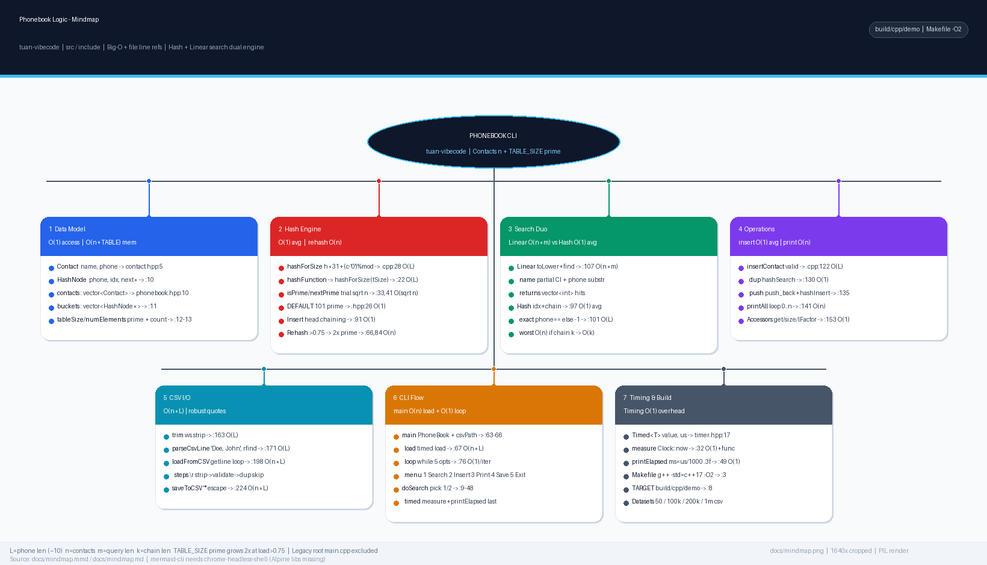
Above: docs/mindmap.png in TraiNguyenVan/dsa-group-project (Mermaid), before the change. Its source is kept beside it as docs/mindmap.mmd. The source it was exported from:
```mermaid
mindmap
  root((Phonebook CLI<br/>tuan-vibecode<br/>src + include))
    Data Model & Storage
      Contact struct
        name string<br/>phone digits-only<br/>contact.hpp:5 O(1)
      HashNode struct
        phone + contactIndex + next*<br/>contact.hpp:10 O(1)
      PhoneBook class
        vector Contact contacts<br/>phonebook.hpp:10 O(1) access
        vector HashNode* buckets<br/>phonebook.hpp:11 O(TABLE_SIZE)
        tableSize nextPrime<br/>phonebook.hpp:12 O(1)
        numElements counter<br/>phonebook.hpp:13 O(1)
    Hash Table Engine O(1) avg
      hashForSize static
        h = h*31 + (c-'0')<br/>phonebook.cpp:28 O(L) L=phone len
        hash % mod<br/>phonebook.cpp:30 O(1)
      hashFunction wrapper
        hashForSize(phone, tableSize)<br/>phonebook.cpp:22 O(L)
      Prime Sizing
        isPrime trial division<br/>phonebook.cpp:33 O(sqrt n)
        nextPrime odd scan<br/>phonebook.cpp:41 O(sqrt n)
        DEFAULT 101 prime<br/>phonebook.hpp:26 O(1)
      Buckets & Chaining
        Separate chaining<br/>head insert<br/>phonebook.cpp:91 O(1)
        Collision linear chain<br/>O(k) k=bucket len
      Dynamic Rehashing
        maybeRehash >0.75<br/>phonebook.cpp:84 O(1) check
        rehash nextPrime 2x<br/>phonebook.cpp:66 O(n)
        Re-bucket all nodes<br/>O(n) one-time
    Search Duo Contrast
      Linear Search O(n)
        toLower query<br/>phonebook.cpp:9 O(L)
        Scan all contacts<br/>phonebook.cpp:111 O(n)
        nameLower.find(q)<br/>phonebook.cpp:113 O(n*m)
        phone.find(query)<br/>partial match O(n*m)
        Returns vector int<br/>O(n) result set
      Hash Search O(1) avg O(n) worst
        hashFunction idx<br/>phonebook.cpp:98 O(L)
        Traverse chain<br/>phonebook.cpp:99 O(k)
        Exact phone ==<br/>phonebook.cpp:101 O(L)
        Return index or -1<br/>O(1)
    Operations CRUD
      insertContact O(1) avg
        empty check<br/>phonebook.cpp:122 O(1)
        isAllDigits check<br/>phonebook.cpp:15 O(L)
        dup hashSearch<br/>phonebook.cpp:130 O(1) avg
        push_back + hashInsert<br/>phonebook.cpp:135 O(1) amort
      printAll O(n)
        empty guard<br/>phonebook.cpp:142 O(1)
        Loop i 0..n print<br/>phonebook.cpp:147 O(n)
      Accessors O(1)
        getContact idx<br/>phonebook.cpp:153
        size bucketCount<br/>phonebook.cpp:155 O(1)
        loadFactor n/tableSize<br/>phonebook.cpp:159 O(1)
    CSV Persistence O(n)
      Helpers O(L)
        trim whitespace<br/>phonebook.cpp:163 O(L)
        parseCsvLine quoted<br/>phonebook.cpp:171 O(L)
        Handles "Doe, John",phone<br/>rfind comma O(L)
      loadFromCSV O(n*L)
        ifstream open<br/>phonebook.cpp:199 O(1)
        getline loop<br/>phonebook.cpp:204 O(n)
        Strip CR LF<br/>phonebook.cpp:205 O(1)
        parse + validate<br/>phonebook.cpp:209 O(L)
        isAllDigits + dup<br/>skip invalid O(1) avg
        push + hashInsert<br/>phonebook.cpp:214 O(1) avg
      saveToCSV O(n*L)
        ofstream open<br/>phonebook.cpp:225 O(1)
        needsQuote , or "<br/>phonebook.cpp:232 O(L)
        Escape "" doubling<br/>phonebook.cpp:237 O(L)
        Write name,phone \n<br/>phonebook.cpp:244 O(L)
    CLI Control Flow
      main O(n) load + loop
        PhoneBook book<br/>main.cpp:64 O(1)
        csvPath argv or 200k.csv<br/>main.cpp:66 O(1)
        timed loadFromCSV<br/>main.cpp:67 O(n*L)
        print Loaded + elapsed<br/>O(1)
        while true menu<br/>main.cpp:76 O(1) per iter
        1 Search doSearch<br/>main.cpp:98 O(n) or O(1)
        2 Insert read+measure<br/>main.cpp:100 O(1) avg
        3 PrintAll timed<br/>main.cpp:112 O(n)
        4 Save timed<br/>main.cpp:115 O(n*L)
        5 Exit break<br/>O(1)
      doSearch branching
        Choose 1 Linear 2 Hash<br/>main.cpp:9 O(1)
        Method 1 linearSearch<br/>main.cpp:29 O(n)
        Print results loop<br/>main.cpp:34 O(k)
        timing printElapsed<br/>O(1)
        Method 2 digit guard<br/>main.cpp:42 O(L)
        hashSearch exact<br/>main.cpp:48 O(1) avg
        Invalid method guard<br/>O(1)
    Timing Layer O(1)
      Timed struct<br/>timer.hpp:17 value+us
      measure generic<br/>timer.hpp:32 Clock.now O(1)
      is_void specialization<br/>timer.hpp:35 O(1)
      duration_cast us<br/>timer.hpp:45 O(1)
      printElapsed ms<br/>timer.hpp:49 O(1)
      ms = us / 1000 fixed 3<br/>timer.hpp:50 O(1)
      timed wrapper<br/>timer.hpp:58 auto print
    Build & Datasets
      Makefile
        CXX g++ -std=c++17 -O2<br/>Makefile:3 O(1)
        SRC wildcard src/*.cpp<br/>Makefile:9
        TARGET build/cpp/demo<br/>Makefile:8
        run targets 50/100k/200k/1m<br/>Makefile:21 O(n) dataset
      Data Generation
        generate.py<br/>vietnamese-like names
        contacts_50.csv<br/>contacts_100k.csv<br/>contacts_200k.csv default<br/>contacts_1m.csv
```
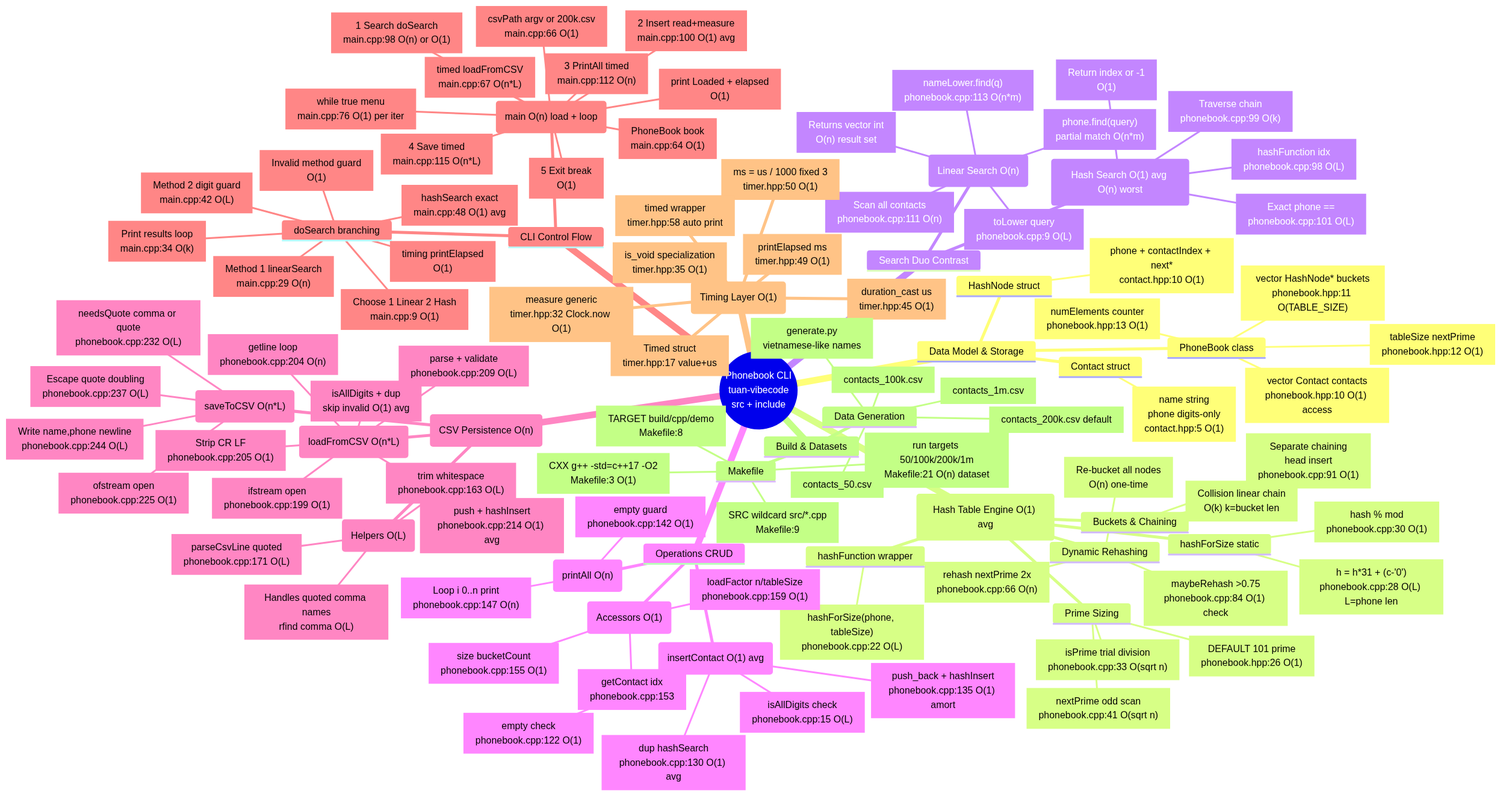
Above is the later version.

Commit message:
docs: update mindmap for Phonebook logic with improved formatting and details

What changed in the source:
```diff
@@ -1,108 +1,192 @@
 mindmap
-  root((Phonebook CLI<br/>tuan-vibecode<br/>src + include))
+  root(("`Phonebook CLI
+tuan-vibecode
+src + include`"))
     Data Model & Storage
       Contact struct
-        name string<br/>phone digits-only<br/>contact.hpp:5 O(1)
+        c1["`name string
+phone digits-only
+contact.hpp:5 O(1)`"]
       HashNode struct
-        phone + contactIndex + next*<br/>contact.hpp:10 O(1)
+        c2["`phone + contactIndex + next*
+contact.hpp:10 O(1)`"]
       PhoneBook class
-        vector Contact contacts<br/>phonebook.hpp:10 O(1) access
-        vector HashNode* buckets<br/>phonebook.hpp:11 O(TABLE_SIZE)
-        tableSize nextPrime<br/>phonebook.hpp:12 O(1)
-        numElements counter<br/>phonebook.hpp:13 O(1)
-    Hash Table Engine O(1) avg
+        c3["`vector Contact contacts
+phonebook.hpp:10 O(1) access`"]
+        c4["`vector HashNode* buckets
+phonebook.hpp:11 O(TABLE_SIZE)`"]
+        c5["`tableSize nextPrime
+phonebook.hpp:12 O(1)`"]
+        c6["`numElements counter
+phonebook.hpp:13 O(1)`"]
+    ("Hash Table Engine O(1) avg")
       hashForSize static
-        h = h*31 + (c-'0')<br/>phonebook.cpp:28 O(L) L=phone len
-        hash % mod<br/>phonebook.cpp:30 O(1)
+        h1["`h = h*31 + (c-'0')
+phonebook.cpp:28 O(L) L=phone len`"]
+        h2["`hash % mod
+phonebook.cpp:30 O(1)`"]
       hashFunction wrapper
-        hashForSize(phone, tableSize)<br/>phonebook.cpp:22 O(L)
+        h3["`hashForSize(phone, tableSize)
+phonebook.cpp:22 O(L)`"]
       Prime Sizing
-        isPrime trial division<br/>phonebook.cpp:33 O(sqrt n)
-        nextPrime odd scan<br/>phonebook.cpp:41 O(sqrt n)
-        DEFAULT 101 prime<br/>phonebook.hpp:26 O(1)
+        p1["`isPrime trial division
+phonebook.cpp:33 O(sqrt n)`"]
+        p2["`nextPrime odd scan
+phonebook.cpp:41 O(sqrt n)`"]
+        p3["`DEFAULT 101 prime
+phonebook.hpp:26 O(1)`"]
       Buckets & Chaining
-        Separate chaining<br/>head insert<br/>phonebook.cpp:91 O(1)
-        Collision linear chain<br/>O(k) k=bucket len
+        b1["`Separate chaining
+head insert
+phonebook.cpp:91 O(1)`"]
+        b2["`Collision linear chain
+O(k) k=bucket len`"]
       Dynamic Rehashing
-        maybeRehash >0.75<br/>phonebook.cpp:84 O(1) check
-        rehash nextPrime 2x<br/>phonebook.cpp:66 O(n)
-        Re-bucket all nodes<br/>O(n) one-time
+        d1["`maybeRehash >0.75
+phonebook.cpp:84 O(1) check`"]
+        d2["`rehash nextPrime 2x
+phonebook.cpp:66 O(n)`"]
+        d3["`Re-bucket all nodes
+O(n) one-time`"]
     Search Duo Contrast
-      Linear Search O(n)
-        toLower query<br/>phonebook.cpp:9 O(L)
-        Scan all contacts<br/>phonebook.cpp:111 O(n)
-        nameLower.find(q)<br/>phonebook.cpp:113 O(n*m)
-        phone.find(query)<br/>partial match O(n*m)
-        Returns vector int<br/>O(n) result set
-      Hash Search O(1) avg O(n) worst
-        hashFunction idx<br/>phonebook.cpp:98 O(L)
-        Traverse chain<br/>phonebook.cpp:99 O(k)
-        Exact phone ==<br/>phonebook.cpp:101 O(L)
-        Return index or -1<br/>O(1)
+      ("Linear Search O(n)")
+        l1["`toLower query
+phonebook.cpp:9 O(L)`"]
+        l2["`Scan all contacts
+phonebook.cpp:111 O(n)`"]
+        l3["`nameLower.find(q)
+phonebook.cpp:113 O(n*m)`"]
+        l4["`phone.find(query)
+partial match O(n*m)`"]
+        l5["`Returns vector int
+O(n) result set`"]
+      ("Hash Search O(1) avg O(n) worst")
+        hs1["`hashFunction idx
+phonebook.cpp:98 O(L)`"]
+        hs2["`Traverse chain
+phonebook.cpp:99 O(k)`"]
+        hs3["`Exact phone ==
+phonebook.cpp:101 O(L)`"]
+        hs4["`Return index or -1
+O(1)`"]
     Operations CRUD
-      insertContact O(1) avg
-        empty check<br/>phonebook.cpp:122 O(1)
-        isAllDigits check<br/>phonebook.cpp:15 O(L)
-        dup hashSearch<br/>phonebook.cpp:130 O(1) avg
-        push_back + hashInsert<br/>phonebook.cpp:135 O(1) amort
-      printAll O(n)
-        empty guard<br/>phonebook.cpp:142 O(1)
-        Loop i 0..n print<br/>phonebook.cpp:147 O(n)
-      Accessors O(1)
-        getContact idx<br/>phonebook.cpp:153
-        size bucketCount<br/>phonebook.cpp:155 O(1)
-        loadFactor n/tableSize<br/>phonebook.cpp:159 O(1)
-    CSV Persistence O(n)
-      Helpers O(L)
-        trim whitespace<br/>phonebook.cpp:163 O(L)
-        parseCsvLine quoted<br/>phonebook.cpp:171 O(L)
-        Handles "Doe, John",phone<br/>rfind comma O(L)
-      loadFromCSV O(n*L)
-        ifstream open<br/>phonebook.cpp:199 O(1)
-        getline loop<br/>phonebook.cpp:204 O(n)
-        Strip CR LF<br/>phonebook.cpp:205 O(1)
-        parse + validate<br/>phonebook.cpp:209 O(L)
-        isAllDigits + dup<br/>skip invalid O(1) avg
-        push + hashInsert<br/>phonebook.cpp:214 O(1) avg
-      saveToCSV O(n*L)
-        ofstream open<br/>phonebook.cpp:225 O(1)
-        needsQuote , or "<br/>phonebook.cpp:232 O(L)
-        Escape "" doubling<br/>phonebook.cpp:237 O(L)
-        Write name,phone \n<br/>phonebook.cpp:244 O(L)
+      ("insertContact O(1) avg")
+        i1["`empty check
+phonebook.cpp:122 O(1)`"]
+        i2["`isAllDigits check
+phonebook.cpp:15 O(L)`"]
+        i3["`dup hashSearch
+phonebook.cpp:130 O(1) avg`"]
+        i4["`push_back + hashInsert
+phonebook.cpp:135 O(1) amort`"]
+      ("printAll O(n)")
+        pa1["`empty guard
+phonebook.cpp:142 O(1)`"]
+        pa2["`Loop i 0..n print
+phonebook.cpp:147 O(n)`"]
+      ("Accessors O(1)")
+        a1["`getContact idx
+phonebook.cpp:153`"]
+        a2["`size bucketCount
+phonebook.cpp:155 O(1)`"]
+        a3["`loadFactor n/tableSize
+phonebook.cpp:159 O(1)`"]
+    ("CSV Persistence O(n)")
+      ("Helpers O(L)")
+        hlp1["`trim whitespace
+phonebook.cpp:163 O(L)`"]
+        hlp2["`parseCsvLine quoted
+phonebook.cpp:171 O(L)`"]
+        hlp3["`Handles quoted comma names
+rfind comma O(L)`"]
+      ("loadFromCSV O(n*L)")
+        ld1["`ifstream open
+phonebook.cpp:199 O(1)`"]
+        ld2["`getline loop
+phonebook.cpp:204 O(n)`"]
+        ld3["`Strip CR LF
+phonebook.cpp:205 O(1)`"]
+        ld4["`parse + validate
+phonebook.cpp:209 O(L)`"]
+        ld5["`isAllDigits + dup
+skip invalid O(1) avg`"]
+        ld6["`push + hashInsert
+phonebook.cpp:214 O(1) avg`"]
+      ("saveToCSV O(n*L)")
+        sv1["`ofstream open
+phonebook.cpp:225 O(1)`"]
+        sv2["`needsQuote comma or quote
+phonebook.cpp:232 O(L)`"]
+        sv3["`Escape quote doubling
+phonebook.cpp:237 O(L)`"]
+        sv4["`Write name,phone newline
+phonebook.cpp:244 O(L)`"]
     CLI Control Flow
-      main O(n) load + loop
-        PhoneBook book<br/>main.cpp:64 O(1)
-        csvPath argv or 200k.csv<br/>main.cpp:66 O(1)
-        timed loadFromCSV<br/>main.cpp:67 O(n*L)
-        print Loaded + elapsed<br/>O(1)
-        while true menu<br/>main.cpp:76 O(1) per iter
-        1 Search doSearch<br/>main.cpp:98 O(n) or O(1)
-        2 Insert read+measure<br/>main.cpp:100 O(1) avg
-        3 PrintAll timed<br/>main.cpp:112 O(n)
-        4 Save timed<br/>main.cpp:115 O(n*L)
-        5 Exit break<br/>O(1)
+      ("main O(n) load + loop")
+        m1["`PhoneBook book
+main.cpp:64 O(1)`"]
+        m2["`csvPath argv or 200k.csv
+main.cpp:66 O(1)`"]
+        m3["`timed loadFromCSV
+main.cpp:67 O(n*L)`"]
+        m4["`print Loaded + elapsed
+O(1)`"]
+        m5["`while true menu
+main.cpp:76 O(1) per iter`"]
+        m6["`1 Search doSearch
+main.cpp:98 O(n) or O(1)`"]
+        m7["`2 Insert read+measure
+main.cpp:100 O(1) avg`"]
+        m8["`3 PrintAll timed
+main.cpp:112 O(n)`"]
+        m9["`4 Save timed
+main.cpp:115 O(n*L)`"]
+        m10["`5 Exit break
+O(1)`"]
       doSearch branching
-        Choose 1 Linear 2 Hash<br/>main.cpp:9 O(1)
-        Method 1 linearSearch<br/>main.cpp:29 O(n)
-        Print results loop<br/>main.cpp:34 O(k)
-        timing printElapsed<br/>O(1)
-        Method 2 digit guard<br/>main.cpp:42 O(L)
-        hashSearch exact<br/>main.cpp:48 O(1) avg
-        Invalid method guard<br/>O(1)
-    Timing Layer O(1)
-      Timed struct<br/>timer.hpp:17 value+us
-      measure generic<br/>timer.hpp:32 Clock.now O(1)
-      is_void specialization<br/>timer.hpp:35 O(1)
-      duration_cast us<br/>timer.hpp:45 O(1)
-      printElapsed ms<br/>timer.hpp:49 O(1)
-      ms = us / 1000 fixed 3<br/>timer.hpp:50 O(1)
-      timed wrapper<br/>timer.hpp:58 auto print
+        ds1["`Choose 1 Linear 2 Hash
+main.cpp:9 O(1)`"]
+        ds2["`Method 1 linearSearch
+main.cpp:29 O(n)`"]
+        ds3["`Print results loop
+main.cpp:34 O(k)`"]
+        ds4["`timing printElapsed
+O(1)`"]
+        ds5["`Method 2 digit guard
+main.cpp:42 O(L)`"]
+        ds6["`hashSearch exact
+main.cpp:48 O(1) avg`"]
+        ds7["`Invalid method guard
+O(1)`"]
+    ("Timing Layer O(1)")
+      t1["`Timed struct
+timer.hpp:17 value+us`"]
+      t2["`measure generic
+timer.hpp:32 Clock.now O(1)`"]
+      t3["`is_void specialization
+timer.hpp:35 O(1)`"]
+      t4["`duration_cast us
+timer.hpp:45 O(1)`"]
+      t5["`printElapsed ms
+timer.hpp:49 O(1)`"]
+      t6["`ms = us / 1000 fixed 3
+timer.hpp:50 O(1)`"]
+      t7["`timed wrapper
+timer.hpp:58 auto print`"]
     Build & Datasets
       Makefile
-        CXX g++ -std=c++17 -O2<br/>Makefile:3 O(1)
-        SRC wildcard src/*.cpp<br/>Makefile:9
-        TARGET build/cpp/demo<br/>Makefile:8
-        run targets 50/100k/200k/1m<br/>Makefile:21 O(n) dataset
+        mk1["`CXX g++ -std=c++17 -O2
+Makefile:3 O(1)`"]
+        mk2["`SRC wildcard src/*.cpp
+Makefile:9`"]
+        mk3["`TARGET build/cpp/demo
+Makefile:8`"]
+        mk4["`run targets 50/100k/200k/1m
+Makefile:21 O(n) dataset`"]
       Data Generation
-        generate.py<br/>vietnamese-like names
-        contacts_50.csv<br/>contacts_100k.csv<br/>contacts_200k.csv default<br/>contacts_1m.csv
+        dg1["`generate.py
+vietnamese-like names`"]
+        dg2["`contacts_50.csv`"]
+        dg3["`contacts_100k.csv`"]
+        dg4["`contacts_200k.csv default`"]
+        dg5["`contacts_1m.csv`"]
```
